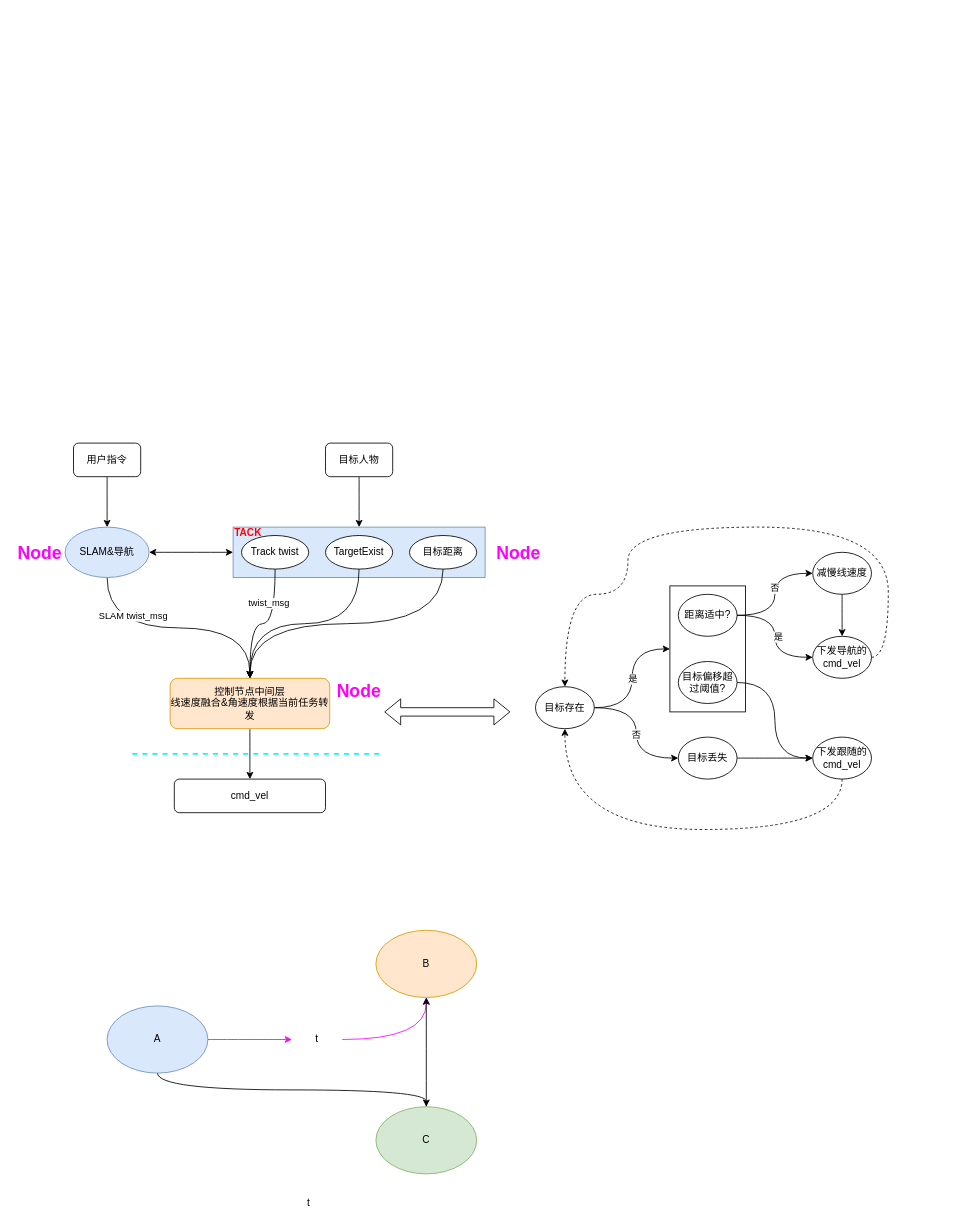
The draw.io diagram WorkSpace/跟随&导航状态机想法.drawio in mailonghua/drawio, before the edit. Source tidied: cells renumbered, new cells numbered last; positions are measured from the earlier drawing's top-left corner, leaving out a move shared by most shapes. Both pictures are drawn from the tidied source at 84%, with x=0, y=0 at pixel (14, 443).
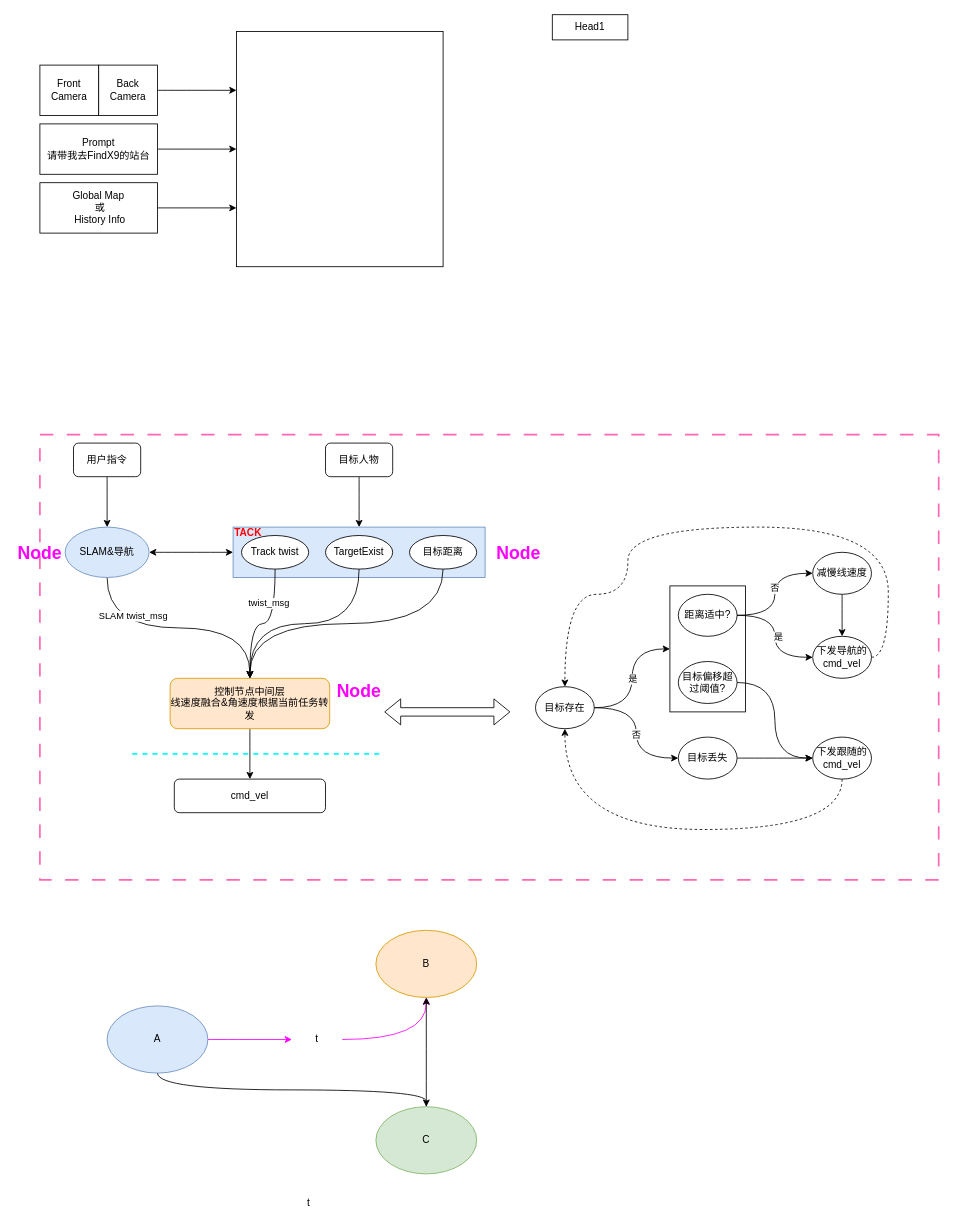
After the change.

Commit message (it also covers changes not shown here):
更新跟随&导航状态机想法.drawio

Change to the diagram source:
```diff
@@
+    <mxCell id="59" style="rounded=0;whiteSpace=wrap;html=1;fillColor=none;strokeWidth=2;strokeColor=#FF66B3;dashed=1;dashPattern=8 8;" parent="1" vertex="1">
+      <mxGeometry x="30" y="-10" width="1070" height="530" as="geometry" />
+    </mxCell>
@@
+    <mxCell id="60" style="rounded=0;whiteSpace=wrap;html=1;" parent="1" vertex="1">
+      <mxGeometry x="264" y="-490" width="246" height="280" as="geometry" />
+    </mxCell>
+    <mxCell id="61" style="group;" parent="1" vertex="1">
+      <mxGeometry x="30" y="-450" width="140" height="60" as="geometry" />
+    </mxCell>
+    <mxCell id="62" value="Front Camera" style="rounded=0;whiteSpace=wrap;html=1;" parent="61" vertex="1">
+      <mxGeometry width="70" height="60" as="geometry" />
+    </mxCell>
+    <mxCell id="63" value="Back&lt;br&gt;Camera" style="rounded=0;whiteSpace=wrap;html=1;" parent="61" vertex="1">
+      <mxGeometry x="70" width="70" height="60" as="geometry" />
+    </mxCell>
+    <mxCell id="64" style="edgeStyle=orthogonalEdgeStyle;rounded=0;jettySize=auto;html=1;exitX=1;exitY=0.5;exitDx=0;exitDy=0;entryX=0;entryY=0.5;entryDx=0;entryDy=0;curved=1;" parent="1" edge="1" source="65" target="60">
+      <mxGeometry relative="1" as="geometry" />
+    </mxCell>
+    <mxCell id="65" value="Prompt&lt;br&gt;请带我去FindX9的站台" style="rounded=0;whiteSpace=wrap;html=1;" parent="1" vertex="1">
+      <mxGeometry x="30" y="-380" width="140" height="60" as="geometry" />
+    </mxCell>
+    <mxCell id="66" style="edgeStyle=orthogonalEdgeStyle;rounded=0;jettySize=auto;html=1;exitX=1;exitY=0.5;exitDx=0;exitDy=0;entryX=0;entryY=0.75;entryDx=0;entryDy=0;curved=1;" parent="1" edge="1" source="67" target="60">
+      <mxGeometry relative="1" as="geometry" />
+    </mxCell>
+    <mxCell id="67" value="Global Map&lt;br&gt;&amp;nbsp;或&lt;br&gt;&amp;nbsp;History Info" style="rounded=0;whiteSpace=wrap;html=1;" parent="1" vertex="1">
+      <mxGeometry x="30" y="-310" width="140" height="60" as="geometry" />
+    </mxCell>
+    <mxCell id="68" style="edgeStyle=orthogonalEdgeStyle;rounded=0;jettySize=auto;html=1;exitX=1;exitY=0.5;exitDx=0;exitDy=0;entryX=0;entryY=0.25;entryDx=0;entryDy=0;curved=1;" parent="1" edge="1" source="63" target="60">
+      <mxGeometry relative="1" as="geometry" />
+    </mxCell>
+    <mxCell id="69" value="Head1" style="rounded=0;whiteSpace=wrap;html=1;" parent="1" vertex="1">
+      <mxGeometry x="640" y="-510" width="90" height="30" as="geometry" />
+    </mxCell>
```
